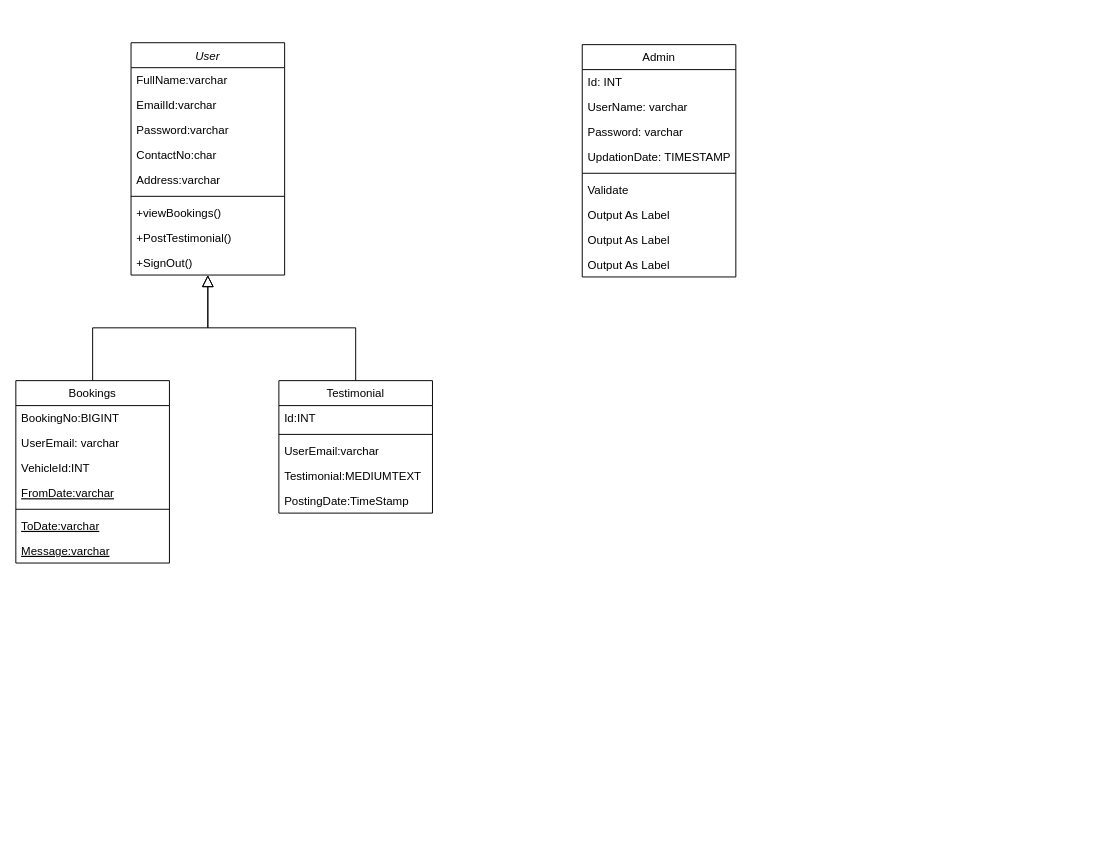
This is Untitled Diagram.drawio from saikasagar/car-rental-php, a draw.io file, before an edit. Source tidied: cells renumbered, new cells numbered last; positions are measured from the earlier drawing's top-left corner, leaving out a move shared by most shapes. Both pictures are drawn from the tidied source at 96%, with x=0, y=0 at pixel (15, 42).
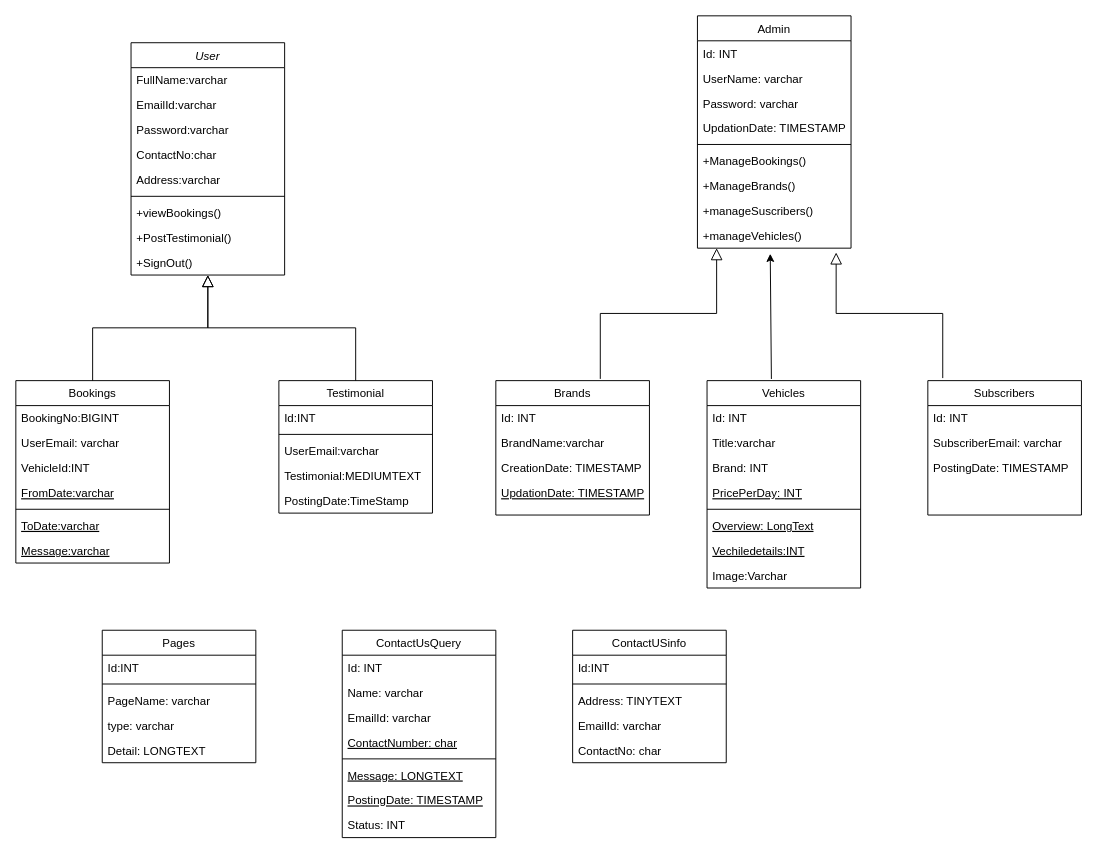
The same diagram, later.

Change to the diagram source:
```diff
@@
     <mxCell id="28" value="Admin" style="swimlane;fontStyle=0;align=center;verticalAlign=top;horizontal=1;startSize=26;rounded=0;shadow=0;strokeWidth=1;" parent="1" vertex="1">
-      <mxGeometry x="590" y="2" width="160" height="242" as="geometry" />
+      <mxGeometry x="710" y="-28" width="160" height="242" as="geometry" />
     </mxCell>
@@
-    <mxCell id="34" value="Validate" style="text;align=left;verticalAlign=top;spacingLeft=4;spacingRight=4;overflow=hidden;" parent="28" vertex="1">
+    <mxCell id="34" value="+ManageBookings()" style="text;align=left;verticalAlign=top;spacingLeft=4;spacingRight=4;overflow=hidden;" parent="28" vertex="1">
       <mxGeometry y="138" width="160" height="26" as="geometry" />
     </mxCell>
-    <mxCell id="35" value="Output As Label" style="text;align=left;verticalAlign=top;spacingLeft=4;spacingRight=4;overflow=hidden;" parent="28" vertex="1">
+    <mxCell id="35" value="+ManageBrands()" style="text;align=left;verticalAlign=top;spacingLeft=4;spacingRight=4;overflow=hidden;" parent="28" vertex="1">
       <mxGeometry y="164" width="160" height="26" as="geometry" />
     </mxCell>
-    <mxCell id="36" value="Output As Label" style="text;align=left;verticalAlign=top;spacingLeft=4;spacingRight=4;overflow=hidden;" parent="28" vertex="1">
+    <mxCell id="36" value="+manageSuscribers()" style="text;align=left;verticalAlign=top;spacingLeft=4;spacingRight=4;overflow=hidden;" parent="28" vertex="1">
       <mxGeometry y="190" width="160" height="26" as="geometry" />
     </mxCell>
-    <mxCell id="37" value="Output As Label" style="text;align=left;verticalAlign=top;spacingLeft=4;spacingRight=4;overflow=hidden;points=[[0,0.5],[1,0.5]];portConstraint=eastwest;" parent="28" vertex="1">
+    <mxCell id="37" value="+manageVehicles()" style="text;align=left;verticalAlign=top;spacingLeft=4;spacingRight=4;overflow=hidden;points=[[0,0.5],[1,0.5]];portConstraint=eastwest;" parent="28" vertex="1">
       <mxGeometry y="216" width="160" height="26" as="geometry" />
     </mxCell>
+    <mxCell id="38" value="Brands" style="swimlane;fontStyle=0;align=center;verticalAlign=top;horizontal=1;startSize=26;rounded=0;shadow=0;strokeWidth=1;" parent="1" vertex="1">
+      <mxGeometry x="500" y="352" width="160" height="140" as="geometry" />
+    </mxCell>
+    <mxCell id="39" value="Id: INT" style="text;align=left;verticalAlign=top;spacingLeft=4;spacingRight=4;overflow=hidden;rounded=0;shadow=0;html=0;" parent="38" vertex="1">
+      <mxGeometry y="26" width="160" height="26" as="geometry" />
+    </mxCell>
+    <mxCell id="40" value="BrandName:varchar" style="text;align=left;verticalAlign=top;spacingLeft=4;spacingRight=4;overflow=hidden;" parent="38" vertex="1">
+      <mxGeometry y="52" width="160" height="26" as="geometry" />
+    </mxCell>
+    <mxCell id="41" value="CreationDate: TIMESTAMP" style="text;align=left;verticalAlign=top;spacingLeft=4;spacingRight=4;overflow=hidden;" parent="38" vertex="1">
+      <mxGeometry y="78" width="160" height="26" as="geometry" />
+    </mxCell>
+    <mxCell id="42" value="UpdationDate: TIMESTAMP" style="text;align=left;verticalAlign=top;spacingLeft=4;spacingRight=4;overflow=hidden;fontStyle=4;" parent="38" vertex="1">
+      <mxGeometry y="104" width="160" height="26" as="geometry" />
+    </mxCell>
+    <mxCell id="43" value="Subscribers" style="swimlane;fontStyle=0;align=center;verticalAlign=top;horizontal=1;startSize=26;rounded=0;shadow=0;strokeWidth=1;" parent="1" vertex="1">
+      <mxGeometry x="950" y="352" width="160" height="140" as="geometry" />
+    </mxCell>
+    <mxCell id="44" value="Id: INT" style="text;align=left;verticalAlign=top;spacingLeft=4;spacingRight=4;overflow=hidden;rounded=0;shadow=0;html=0;" parent="43" vertex="1">
+      <mxGeometry y="26" width="160" height="26" as="geometry" />
+    </mxCell>
+    <mxCell id="45" value="SubscriberEmail: varchar" style="text;align=left;verticalAlign=top;spacingLeft=4;spacingRight=4;overflow=hidden;" parent="43" vertex="1">
+      <mxGeometry y="52" width="160" height="26" as="geometry" />
+    </mxCell>
+    <mxCell id="46" value="PostingDate: TIMESTAMP" style="text;align=left;verticalAlign=top;spacingLeft=4;spacingRight=4;overflow=hidden;" parent="43" vertex="1">
+      <mxGeometry y="78" width="160" height="26" as="geometry" />
+    </mxCell>
+    <mxCell id="47" value="Vehicles" style="swimlane;fontStyle=0;align=center;verticalAlign=top;horizontal=1;startSize=26;rounded=0;shadow=0;strokeWidth=1;" parent="1" vertex="1">
+      <mxGeometry x="720" y="352" width="160" height="216" as="geometry" />
+    </mxCell>
+    <mxCell id="48" value="Id: INT" style="text;align=left;verticalAlign=top;spacingLeft=4;spacingRight=4;overflow=hidden;rounded=0;shadow=0;html=0;" parent="47" vertex="1">
+      <mxGeometry y="26" width="160" height="26" as="geometry" />
+    </mxCell>
+    <mxCell id="49" value="Title:varchar" style="text;align=left;verticalAlign=top;spacingLeft=4;spacingRight=4;overflow=hidden;" parent="47" vertex="1">
+      <mxGeometry y="52" width="160" height="26" as="geometry" />
+    </mxCell>
+    <mxCell id="50" value="Brand: INT" style="text;align=left;verticalAlign=top;spacingLeft=4;spacingRight=4;overflow=hidden;" parent="47" vertex="1">
+      <mxGeometry y="78" width="160" height="26" as="geometry" />
+    </mxCell>
+    <mxCell id="51" value="PricePerDay: INT" style="text;align=left;verticalAlign=top;spacingLeft=4;spacingRight=4;overflow=hidden;fontStyle=4;" parent="47" vertex="1">
+      <mxGeometry y="104" width="160" height="26" as="geometry" />
+    </mxCell>
+    <mxCell id="52" style="line;html=1;strokeWidth=1;align=left;verticalAlign=middle;spacingTop=-1;spacingLeft=3;spacingRight=3;labelPosition=right;" parent="47" vertex="1">
+      <mxGeometry y="130" width="160" height="8" as="geometry" />
+    </mxCell>
+    <mxCell id="53" value="Overview: LongText" style="text;align=left;verticalAlign=top;spacingLeft=4;spacingRight=4;overflow=hidden;fontStyle=4;" parent="47" vertex="1">
+      <mxGeometry y="138" width="160" height="26" as="geometry" />
+    </mxCell>
+    <mxCell id="54" value="Vechiledetails:INT" style="text;align=left;verticalAlign=top;spacingLeft=4;spacingRight=4;overflow=hidden;fontStyle=4;" parent="47" vertex="1">
+      <mxGeometry y="164" width="160" height="26" as="geometry" />
+    </mxCell>
+    <mxCell id="55" value="Image:Varchar" style="text;align=left;verticalAlign=top;spacingLeft=4;spacingRight=4;overflow=hidden;" parent="47" vertex="1">
+      <mxGeometry y="190" width="160" height="26" as="geometry" />
+    </mxCell>
+    <mxCell id="56" style="endArrow=block;endSize=10;endFill=0;shadow=0;strokeWidth=1;rounded=0;edgeStyle=elbowEdgeStyle;elbow=vertical;exitX=0.097;exitY=-0.019;exitDx=0;exitDy=0;exitPerimeter=0;entryX=0.903;entryY=1.172;entryDx=0;entryDy=0;entryPerimeter=0;" parent="1" edge="1" source="43" target="37">
+      <mxGeometry relative="1" as="geometry">
+        <Array as="points">
+          <mxPoint x="890" y="282" />
+        </Array>
+      </mxGeometry>
+    </mxCell>
+    <mxCell id="57" style="endArrow=block;endSize=10;endFill=0;shadow=0;strokeWidth=1;rounded=0;edgeStyle=elbowEdgeStyle;elbow=vertical;exitX=0.68;exitY=-0.013;exitDx=0;exitDy=0;exitPerimeter=0;" parent="1" edge="1" source="38">
+      <mxGeometry relative="1" as="geometry">
+        <mxPoint x="730" y="214" as="targetPoint" />
+      </mxGeometry>
+    </mxCell>
+    <mxCell id="58" style="endArrow=classic;html=1;rounded=0;entryX=0.474;entryY=1.225;entryDx=0;entryDy=0;entryPerimeter=0;exitX=0.419;exitY=-0.008;exitDx=0;exitDy=0;exitPerimeter=0;" parent="1" edge="1" source="47" target="37">
+      <mxGeometry relative="1" as="geometry" />
+    </mxCell>
+    <mxCell id="59" value="Pages" style="swimlane;fontStyle=0;align=center;verticalAlign=top;horizontal=1;startSize=26;rounded=0;shadow=0;strokeWidth=1;" parent="1" vertex="1">
+      <mxGeometry x="90" y="612" width="160" height="138" as="geometry" />
+    </mxCell>
+    <mxCell id="60" value="Id:INT" style="text;align=left;verticalAlign=top;spacingLeft=4;spacingRight=4;overflow=hidden;" parent="59" vertex="1">
+      <mxGeometry y="26" width="160" height="26" as="geometry" />
+    </mxCell>
+    <mxCell id="61" style="line;html=1;strokeWidth=1;align=left;verticalAlign=middle;spacingTop=-1;spacingLeft=3;spacingRight=3;labelPosition=right;" parent="59" vertex="1">
+      <mxGeometry y="52" width="160" height="8" as="geometry" />
+    </mxCell>
+    <mxCell id="62" value="PageName: varchar" style="text;align=left;verticalAlign=top;spacingLeft=4;spacingRight=4;overflow=hidden;" parent="59" vertex="1">
+      <mxGeometry y="60" width="160" height="26" as="geometry" />
+    </mxCell>
+    <mxCell id="63" value="type: varchar" style="text;align=left;verticalAlign=top;spacingLeft=4;spacingRight=4;overflow=hidden;" parent="59" vertex="1">
+      <mxGeometry y="86" width="160" height="26" as="geometry" />
+    </mxCell>
+    <mxCell id="64" value="Detail: LONGTEXT" style="text;align=left;verticalAlign=top;spacingLeft=4;spacingRight=4;overflow=hidden;" parent="59" vertex="1">
+      <mxGeometry y="112" width="160" height="26" as="geometry" />
+    </mxCell>
+    <mxCell id="65" value="ContactUsQuery" style="swimlane;fontStyle=0;align=center;verticalAlign=top;horizontal=1;startSize=26;rounded=0;shadow=0;strokeWidth=1;" parent="1" vertex="1">
+      <mxGeometry x="340" y="612" width="160" height="216" as="geometry" />
+    </mxCell>
+    <mxCell id="66" value="Id: INT" style="text;align=left;verticalAlign=top;spacingLeft=4;spacingRight=4;overflow=hidden;rounded=0;shadow=0;html=0;" parent="65" vertex="1">
+      <mxGeometry y="26" width="160" height="26" as="geometry" />
+    </mxCell>
+    <mxCell id="67" value="Name: varchar" style="text;align=left;verticalAlign=top;spacingLeft=4;spacingRight=4;overflow=hidden;" parent="65" vertex="1">
+      <mxGeometry y="52" width="160" height="26" as="geometry" />
+    </mxCell>
+    <mxCell id="68" value="EmailId: varchar" style="text;align=left;verticalAlign=top;spacingLeft=4;spacingRight=4;overflow=hidden;" parent="65" vertex="1">
+      <mxGeometry y="78" width="160" height="26" as="geometry" />
+    </mxCell>
+    <mxCell id="69" value="ContactNumber: char" style="text;align=left;verticalAlign=top;spacingLeft=4;spacingRight=4;overflow=hidden;fontStyle=4;" parent="65" vertex="1">
+      <mxGeometry y="104" width="160" height="26" as="geometry" />
+    </mxCell>
+    <mxCell id="70" style="line;html=1;strokeWidth=1;align=left;verticalAlign=middle;spacingTop=-1;spacingLeft=3;spacingRight=3;labelPosition=right;" parent="65" vertex="1">
+      <mxGeometry y="130" width="160" height="8" as="geometry" />
+    </mxCell>
+    <mxCell id="71" value="Message: LONGTEXT" style="text;align=left;verticalAlign=top;spacingLeft=4;spacingRight=4;overflow=hidden;fontStyle=4;" parent="65" vertex="1">
+      <mxGeometry y="138" width="160" height="26" as="geometry" />
+    </mxCell>
+    <mxCell id="72" value="PostingDate: TIMESTAMP" style="text;align=left;verticalAlign=top;spacingLeft=4;spacingRight=4;overflow=hidden;fontStyle=4;" parent="65" vertex="1">
+      <mxGeometry y="164" width="160" height="26" as="geometry" />
+    </mxCell>
+    <mxCell id="73" value="Status: INT" style="text;align=left;verticalAlign=top;spacingLeft=4;spacingRight=4;overflow=hidden;" parent="65" vertex="1">
+      <mxGeometry y="190" width="160" height="26" as="geometry" />
+    </mxCell>
+    <mxCell id="74" value="ContactUSinfo" style="swimlane;fontStyle=0;align=center;verticalAlign=top;horizontal=1;startSize=26;rounded=0;shadow=0;strokeWidth=1;" parent="1" vertex="1">
+      <mxGeometry x="580" y="612" width="160" height="138" as="geometry" />
+    </mxCell>
+    <mxCell id="75" value="Id:INT" style="text;align=left;verticalAlign=top;spacingLeft=4;spacingRight=4;overflow=hidden;" parent="74" vertex="1">
+      <mxGeometry y="26" width="160" height="26" as="geometry" />
+    </mxCell>
+    <mxCell id="76" style="line;html=1;strokeWidth=1;align=left;verticalAlign=middle;spacingTop=-1;spacingLeft=3;spacingRight=3;labelPosition=right;" parent="74" vertex="1">
+      <mxGeometry y="52" width="160" height="8" as="geometry" />
+    </mxCell>
+    <mxCell id="77" value="Address: TINYTEXT" style="text;align=left;verticalAlign=top;spacingLeft=4;spacingRight=4;overflow=hidden;" parent="74" vertex="1">
+      <mxGeometry y="60" width="160" height="26" as="geometry" />
+    </mxCell>
+    <mxCell id="78" value="EmailId: varchar" style="text;align=left;verticalAlign=top;spacingLeft=4;spacingRight=4;overflow=hidden;" parent="74" vertex="1">
+      <mxGeometry y="86" width="160" height="26" as="geometry" />
+    </mxCell>
+    <mxCell id="79" value="ContactNo: char" style="text;align=left;verticalAlign=top;spacingLeft=4;spacingRight=4;overflow=hidden;" parent="74" vertex="1">
+      <mxGeometry y="112" width="160" height="26" as="geometry" />
+    </mxCell>
```
